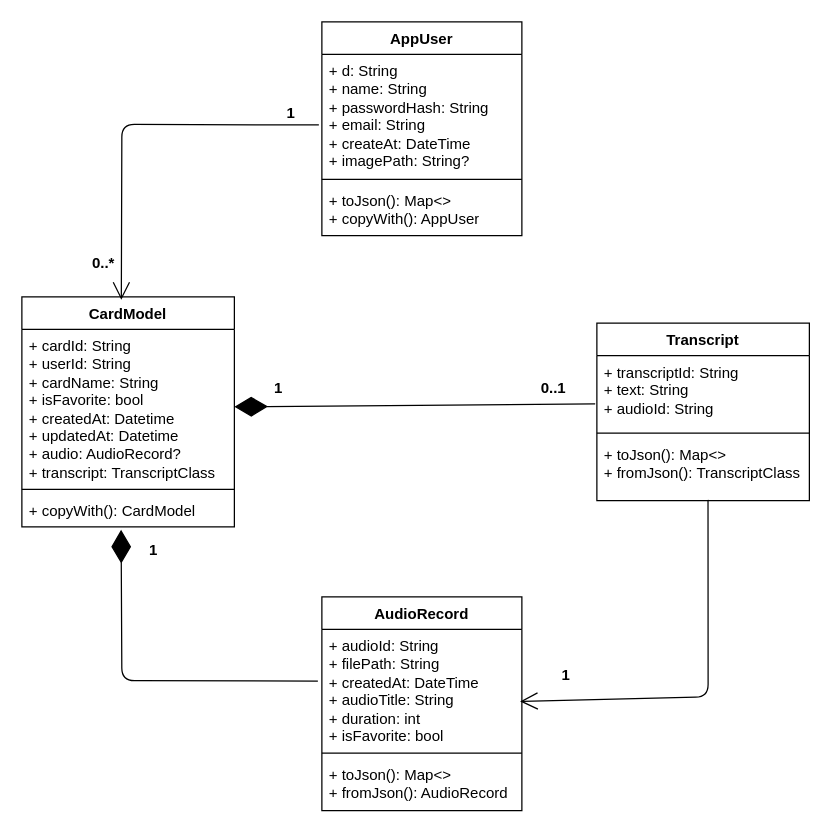
This is page "Page-1" (1 of 3) of assets/images/UML.drawio from Sophavisnuka/Smean-Mobile-App, a draw.io file, before an edit. Source tidied: cells renumbered, new cells numbered last; positions are measured from the earlier drawing's top-left corner, leaving out a move shared by most shapes. Both pictures are drawn from the tidied source at 125%, with x=0, y=0 at pixel (21, 21).
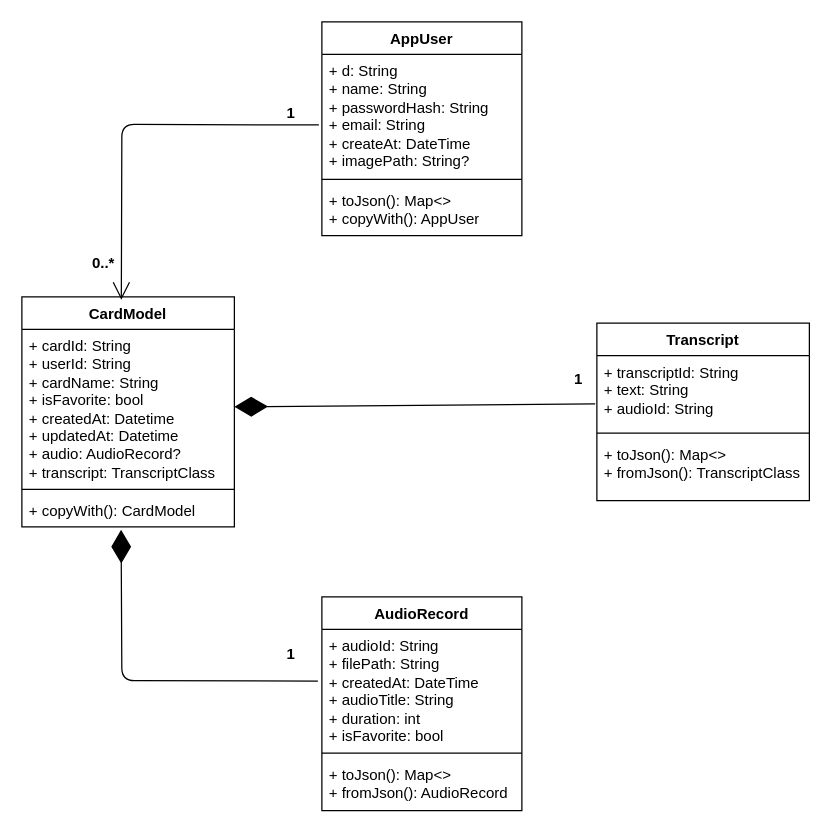
After the change.

The change refers to these unchanged cells:
```xml
<mxCell id="3" value="+ audioId: String&lt;div&gt;+ filePath: String&lt;/div&gt;&lt;div&gt;+ createdAt: DateTime&lt;/div&gt;&lt;div&gt;+ audioTitle: String&lt;/div&gt;&lt;div&gt;+ duration: int&lt;/div&gt;&lt;div&gt;+ isFavorite: bool&lt;/div&gt;" style="text;strokeColor=none;fillColor=none;align=left;verticalAlign=top;spacingLeft=4;spacingRight=4;overflow=hidden;points=[[0,0.5],[1,0.5]];portConstraint=eastwest;whiteSpace=wrap;html=1;" parent="2" vertex="1">
  <mxGeometry y="26" width="160" height="95" as="geometry" />
</mxCell>
<mxCell id="13" value="+ toJson(): Map&amp;lt;&amp;gt;&lt;div&gt;+ fromJson(): TranscriptClass&lt;/div&gt;" style="text;strokeColor=none;fillColor=none;align=left;verticalAlign=top;spacingLeft=4;spacingRight=4;overflow=hidden;points=[[0,0.5],[1,0.5]];portConstraint=eastwest;whiteSpace=wrap;html=1;" parent="10" vertex="1">
  <mxGeometry y="92" width="170" height="50" as="geometry" />
</mxCell>
```

What changed in the source:
```diff
@@
-    <mxCell id="20" value="1" style="text;align=center;fontStyle=1;verticalAlign=middle;spacingLeft=3;spacingRight=3;strokeColor=none;html=1;" parent="1" vertex="1">
-      <mxGeometry x="190" y="280" width="30" height="26" as="geometry" />
-    </mxCell>
-    <mxCell id="21" value="0..1" style="text;align=center;fontStyle=1;verticalAlign=middle;spacingLeft=3;spacingRight=3;strokeColor=none;html=1;" parent="1" vertex="1">
-      <mxGeometry x="410" y="280" width="30" height="26" as="geometry" />
+    <mxCell id="21" value="1" style="text;align=center;fontStyle=1;verticalAlign=middle;spacingLeft=3;spacingRight=3;strokeColor=none;html=1;" parent="1" vertex="1">
+      <mxGeometry x="430" y="273" width="30" height="26" as="geometry" />
     </mxCell>
@@
-    <mxCell id="24" style="endArrow=open;endFill=1;endSize=12;html=1;exitX=0.523;exitY=0.988;exitDx=0;exitDy=0;exitPerimeter=0;entryX=0.991;entryY=0.607;entryDx=0;entryDy=0;entryPerimeter=0;" parent="1" edge="1" source="13" target="3">
-      <mxGeometry relative="1" as="geometry">
-        <Array as="points">
-          <mxPoint x="549" y="540" />
-        </Array>
-      </mxGeometry>
-    </mxCell>
-    <mxCell id="25" value="1" style="text;align=center;fontStyle=1;verticalAlign=middle;spacingLeft=3;spacingRight=3;strokeColor=none;html=1;" parent="1" vertex="1">
-      <mxGeometry x="420" y="510" width="30" height="26" as="geometry" />
-    </mxCell>
@@
     <mxCell id="27" value="1" style="text;align=center;fontStyle=1;verticalAlign=middle;spacingLeft=3;spacingRight=3;strokeColor=none;html=1;" parent="1" vertex="1">
-      <mxGeometry x="90" y="410" width="30" height="26" as="geometry" />
+      <mxGeometry x="200" y="493" width="30" height="26" as="geometry" />
     </mxCell>
```
